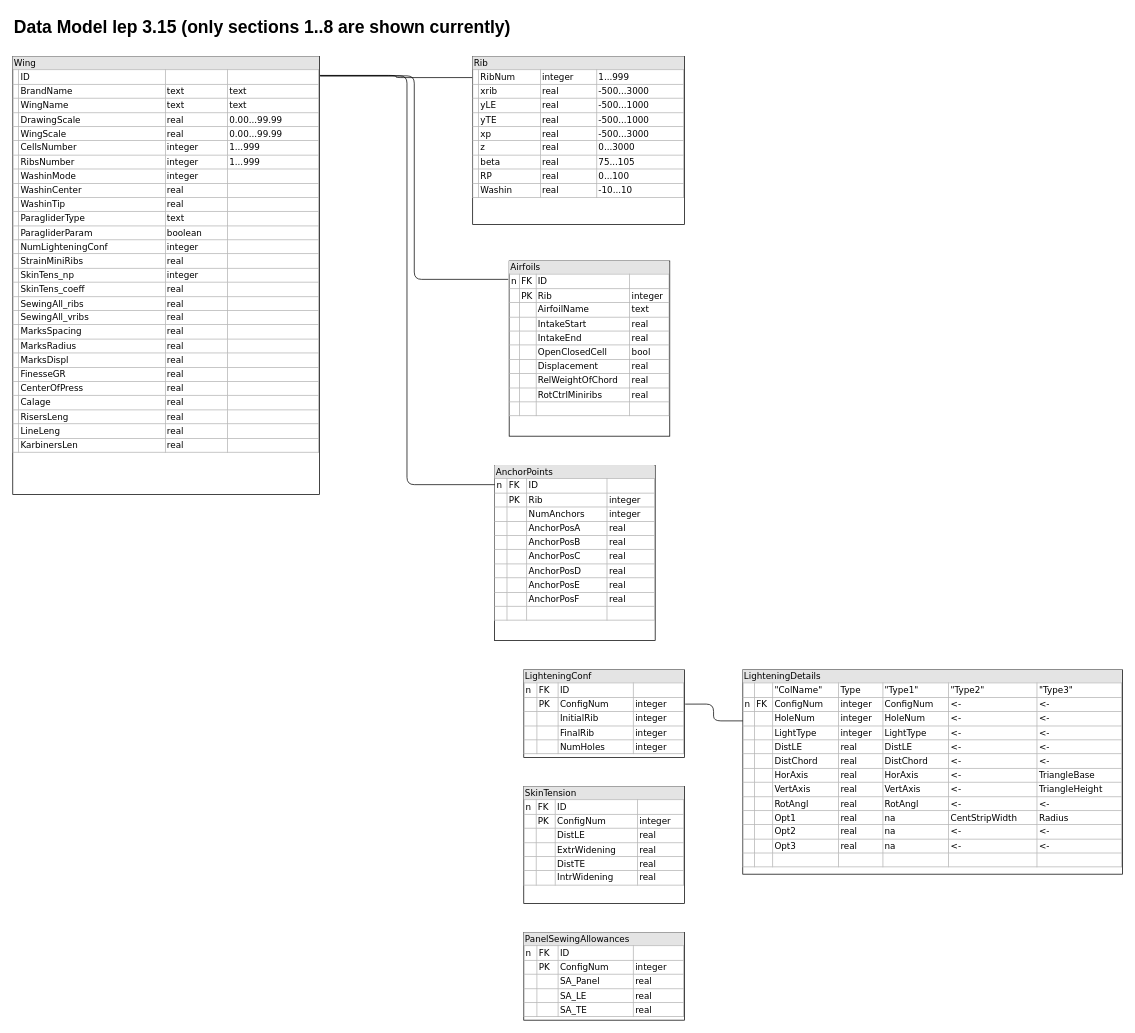
The draw.io diagram develperDoc/internalDatabaseModel.drawio in stefanino-ch/lepg-py, before the edit. Source tidied: cells renumbered, new cells numbered last; positions are measured from the earlier drawing's top-left corner, leaving out a move shared by most shapes. Both pictures are drawn from the tidied source at 73%, with x=0, y=0 at pixel (12, 12).
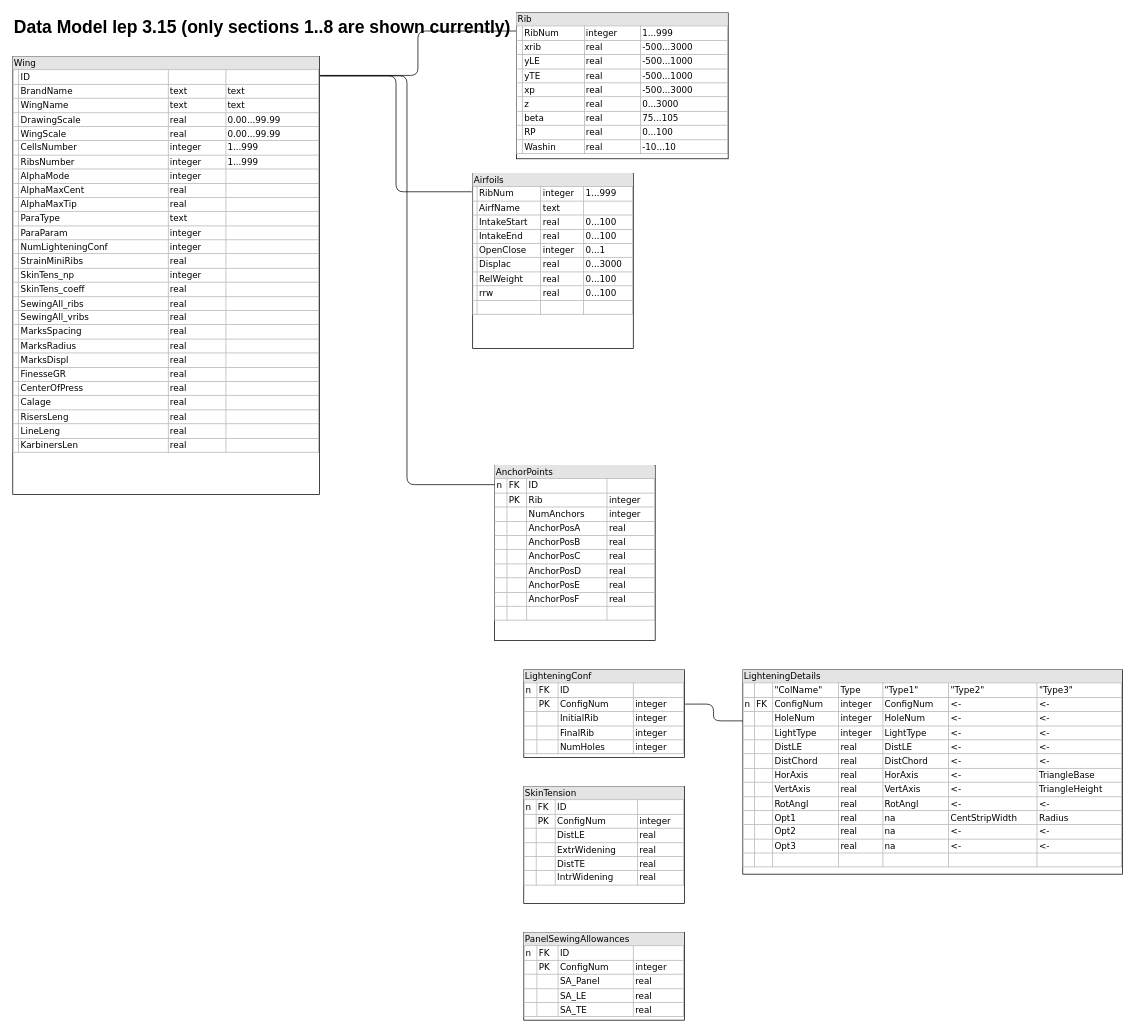
After the change.

Change to the diagram source:
```diff
@@
-    <mxCell id="3" value="&lt;div style=&quot;box-sizing: border-box ; width: 100% ; background: #e4e4e4 ; padding: 2px&quot;&gt;Wing&lt;/div&gt;&lt;table style=&quot;width: 100% ; font-size: 1em ; border: 1px solid rgb(179 , 179 , 179) ; border-collapse: collapse&quot; cellpadding=&quot;2&quot; cellspacing=&quot;0&quot; border=&quot;1&quot;&gt;&lt;tbody&gt;&lt;tr&gt;&lt;td style=&quot;border-collapse: collapse&quot;&gt;&lt;br&gt;&lt;/td&gt;&lt;td&gt;ID&lt;/td&gt;&lt;td&gt;&lt;br&gt;&lt;/td&gt;&lt;td&gt;&lt;br&gt;&lt;/td&gt;&lt;/tr&gt;&lt;tr&gt;&lt;td style=&quot;border-collapse: collapse&quot;&gt;&lt;br&gt;&lt;/td&gt;&lt;td&gt;BrandName&lt;/td&gt;&lt;td&gt;text&lt;/td&gt;&lt;td&gt;text&lt;/td&gt;&lt;/tr&gt;&lt;tr&gt;&lt;td&gt;&lt;br&gt;&lt;/td&gt;&lt;td&gt;WingName&lt;/td&gt;&lt;td&gt;text&lt;/td&gt;&lt;td&gt;text&lt;/td&gt;&lt;/tr&gt;&lt;tr&gt;&lt;td&gt;&lt;br&gt;&lt;/td&gt;&lt;td&gt;DrawingScale&lt;/td&gt;&lt;td&gt;real&lt;/td&gt;&lt;td&gt;0.00...99.99&lt;/td&gt;&lt;/tr&gt;&lt;tr&gt;&lt;td&gt;&lt;br&gt;&lt;/td&gt;&lt;td&gt;WingScale&lt;/td&gt;&lt;td&gt;real&lt;/td&gt;&lt;td&gt;0.00...99.99&lt;/td&gt;&lt;/tr&gt;&lt;tr&gt;&lt;td&gt;&lt;br&gt;&lt;/td&gt;&lt;td&gt;CellsNumber&lt;/td&gt;&lt;td&gt;integer&lt;/td&gt;&lt;td&gt;1...999&lt;/td&gt;&lt;/tr&gt;&lt;tr&gt;&lt;td&gt;&lt;br&gt;&lt;/td&gt;&lt;td&gt;RibsNumber&lt;/td&gt;&lt;td&gt;integer&lt;/td&gt;&lt;td&gt;1...999&lt;/td&gt;&lt;/tr&gt;&lt;tr&gt;&lt;td&gt;&lt;br&gt;&lt;/td&gt;&lt;td&gt;WashinMode&lt;/td&gt;&lt;td&gt;integer&lt;/td&gt;&lt;td&gt;&lt;br&gt;&lt;/td&gt;&lt;/tr&gt;&lt;tr&gt;&lt;td&gt;&lt;br&gt;&lt;/td&gt;&lt;td&gt;WashinCenter&lt;/td&gt;&lt;td&gt;real&lt;/td&gt;&lt;td&gt;&lt;br&gt;&lt;/td&gt;&lt;/tr&gt;&lt;tr&gt;&lt;td&gt;&lt;br&gt;&lt;/td&gt;&lt;td&gt;WashinTip&lt;/td&gt;&lt;td&gt;real&lt;/td&gt;&lt;td&gt;&lt;br&gt;&lt;/td&gt;&lt;/tr&gt;&lt;tr&gt;&lt;td&gt;&lt;br&gt;&lt;/td&gt;&lt;td&gt;ParagliderType&lt;/td&gt;&lt;td&gt;text&lt;/td&gt;&lt;td&gt;&lt;br&gt;&lt;/td&gt;&lt;/tr&gt;&lt;tr&gt;&lt;td&gt;&lt;br&gt;&lt;/td&gt;&lt;td&gt;ParagliderParam&lt;/td&gt;&lt;td&gt;boolean&lt;/td&gt;&lt;td&gt;&lt;br&gt;&lt;/td&gt;&lt;/tr&gt;&lt;tr&gt;&lt;td&gt;&lt;br&gt;&lt;/td&gt;&lt;td&gt;NumLighteningConf&lt;/td&gt;&lt;td&gt;integer&lt;/td&gt;&lt;td&gt;&lt;br&gt;&lt;/td&gt;&lt;/tr&gt;&lt;tr&gt;&lt;td&gt;&lt;br&gt;&lt;/td&gt;&lt;td&gt;StrainMiniRibs&lt;/td&gt;&lt;td&gt;real&lt;/td&gt;&lt;td&gt;&lt;br&gt;&lt;/td&gt;&lt;/tr&gt;&lt;tr&gt;&lt;td&gt;&lt;br&gt;&lt;/td&gt;&lt;td&gt;SkinTens_np&lt;/td&gt;&lt;td&gt;integer&lt;/td&gt;&lt;td&gt;&lt;br&gt;&lt;/td&gt;&lt;/tr&gt;&lt;tr&gt;&lt;td&gt;&lt;br&gt;&lt;/td&gt;&lt;td&gt;SkinTens_coeff&lt;/td&gt;&lt;td&gt;real&lt;/td&gt;&lt;td&gt;&lt;br&gt;&lt;/td&gt;&lt;/tr&gt;&lt;tr&gt;&lt;td&gt;&lt;br&gt;&lt;/td&gt;&lt;td&gt;SewingAll_ribs&lt;/td&gt;&lt;td&gt;real&lt;/td&gt;&lt;td&gt;&lt;br&gt;&lt;/td&gt;&lt;/tr&gt;&lt;tr&gt;&lt;td&gt;&lt;br&gt;&lt;/td&gt;&lt;td&gt;SewingAll_vribs&lt;/td&gt;&lt;td&gt;real&lt;/td&gt;&lt;td&gt;&lt;br&gt;&lt;/td&gt;&lt;/tr&gt;&lt;tr&gt;&lt;td&gt;&lt;br&gt;&lt;/td&gt;&lt;td&gt;MarksSpacing&lt;/td&gt;&lt;td&gt;real&lt;/td&gt;&lt;td&gt;&lt;br&gt;&lt;/td&gt;&lt;/tr&gt;&lt;tr&gt;&lt;td&gt;&lt;br&gt;&lt;/td&gt;&lt;td&gt;MarksRadius&lt;/td&gt;&lt;td&gt;real&lt;/td&gt;&lt;td&gt;&lt;br&gt;&lt;/td&gt;&lt;/tr&gt;&lt;tr&gt;&lt;td&gt;&lt;br&gt;&lt;/td&gt;&lt;td&gt;MarksDispl&lt;/td&gt;&lt;td&gt;real&lt;/td&gt;&lt;td&gt;&lt;br&gt;&lt;/td&gt;&lt;/tr&gt;&lt;tr&gt;&lt;td&gt;&lt;br&gt;&lt;/td&gt;&lt;td&gt;FinesseGR&lt;/td&gt;&lt;td&gt;real&lt;/td&gt;&lt;td&gt;&lt;br&gt;&lt;/td&gt;&lt;/tr&gt;&lt;tr&gt;&lt;td&gt;&lt;br&gt;&lt;/td&gt;&lt;td&gt;CenterOfPress&lt;/td&gt;&lt;td&gt;real&lt;/td&gt;&lt;td&gt;&lt;br&gt;&lt;/td&gt;&lt;/tr&gt;&lt;tr&gt;&lt;td&gt;&lt;br&gt;&lt;/td&gt;&lt;td&gt;Calage&lt;/td&gt;&lt;td&gt;real&lt;/td&gt;&lt;td&gt;&lt;br&gt;&lt;/td&gt;&lt;/tr&gt;&lt;tr&gt;&lt;td&gt;&lt;br&gt;&lt;/td&gt;&lt;td&gt;RisersLeng&lt;/td&gt;&lt;td&gt;real&lt;/td&gt;&lt;td&gt;&lt;br&gt;&lt;/td&gt;&lt;/tr&gt;&lt;tr&gt;&lt;td&gt;&lt;br&gt;&lt;/td&gt;&lt;td&gt;LineLeng&lt;/td&gt;&lt;td&gt;real&lt;/td&gt;&lt;td&gt;&lt;br&gt;&lt;/td&gt;&lt;/tr&gt;&lt;tr&gt;&lt;td&gt;&lt;br&gt;&lt;/td&gt;&lt;td&gt;KarbinersLen&lt;/td&gt;&lt;td&gt;real&lt;/td&gt;&lt;td&gt;&lt;br&gt;&lt;/td&gt;&lt;/tr&gt;&lt;/tbody&gt;&lt;/table&gt;" style="verticalAlign=top;align=left;overflow=fill;html=1;rounded=0;shadow=0;comic=0;labelBackgroundColor=none;strokeWidth=1;fontFamily=Verdana;fontSize=12;" parent="1" vertex="1">
+    <mxCell id="3" value="&lt;div style=&quot;box-sizing: border-box ; width: 100% ; background: #e4e4e4 ; padding: 2px&quot;&gt;Wing&lt;/div&gt;&lt;table style=&quot;width: 100% ; font-size: 1em ; border: 1px solid rgb(179 , 179 , 179) ; border-collapse: collapse&quot; cellpadding=&quot;2&quot; cellspacing=&quot;0&quot; border=&quot;1&quot;&gt;&lt;tbody&gt;&lt;tr&gt;&lt;td style=&quot;border-collapse: collapse&quot;&gt;&lt;br&gt;&lt;/td&gt;&lt;td&gt;ID&lt;/td&gt;&lt;td&gt;&lt;br&gt;&lt;/td&gt;&lt;td&gt;&lt;br&gt;&lt;/td&gt;&lt;/tr&gt;&lt;tr&gt;&lt;td style=&quot;border-collapse: collapse&quot;&gt;&lt;br&gt;&lt;/td&gt;&lt;td&gt;BrandName&lt;/td&gt;&lt;td&gt;text&lt;/td&gt;&lt;td&gt;text&lt;/td&gt;&lt;/tr&gt;&lt;tr&gt;&lt;td&gt;&lt;br&gt;&lt;/td&gt;&lt;td&gt;WingName&lt;/td&gt;&lt;td&gt;text&lt;/td&gt;&lt;td&gt;text&lt;/td&gt;&lt;/tr&gt;&lt;tr&gt;&lt;td&gt;&lt;br&gt;&lt;/td&gt;&lt;td&gt;DrawingScale&lt;/td&gt;&lt;td&gt;real&lt;/td&gt;&lt;td&gt;0.00...99.99&lt;/td&gt;&lt;/tr&gt;&lt;tr&gt;&lt;td&gt;&lt;br&gt;&lt;/td&gt;&lt;td&gt;WingScale&lt;/td&gt;&lt;td&gt;real&lt;/td&gt;&lt;td&gt;0.00...99.99&lt;/td&gt;&lt;/tr&gt;&lt;tr&gt;&lt;td&gt;&lt;br&gt;&lt;/td&gt;&lt;td&gt;CellsNumber&lt;/td&gt;&lt;td&gt;integer&lt;/td&gt;&lt;td&gt;1...999&lt;/td&gt;&lt;/tr&gt;&lt;tr&gt;&lt;td&gt;&lt;br&gt;&lt;/td&gt;&lt;td&gt;RibsNumber&lt;/td&gt;&lt;td&gt;integer&lt;/td&gt;&lt;td&gt;1...999&lt;/td&gt;&lt;/tr&gt;&lt;tr&gt;&lt;td&gt;&lt;br&gt;&lt;/td&gt;&lt;td&gt;AlphaMode&lt;/td&gt;&lt;td&gt;integer&lt;/td&gt;&lt;td&gt;&lt;br&gt;&lt;/td&gt;&lt;/tr&gt;&lt;tr&gt;&lt;td&gt;&lt;br&gt;&lt;/td&gt;&lt;td&gt;AlphaMaxCent&lt;/td&gt;&lt;td&gt;real&lt;/td&gt;&lt;td&gt;&lt;br&gt;&lt;/td&gt;&lt;/tr&gt;&lt;tr&gt;&lt;td&gt;&lt;br&gt;&lt;/td&gt;&lt;td&gt;AlphaMaxTip&lt;/td&gt;&lt;td&gt;real&lt;/td&gt;&lt;td&gt;&lt;br&gt;&lt;/td&gt;&lt;/tr&gt;&lt;tr&gt;&lt;td&gt;&lt;br&gt;&lt;/td&gt;&lt;td&gt;ParaType&lt;/td&gt;&lt;td&gt;text&lt;/td&gt;&lt;td&gt;&lt;br&gt;&lt;/td&gt;&lt;/tr&gt;&lt;tr&gt;&lt;td&gt;&lt;br&gt;&lt;/td&gt;&lt;td&gt;ParaParam&lt;/td&gt;&lt;td&gt;integer&lt;/td&gt;&lt;td&gt;&lt;br&gt;&lt;/td&gt;&lt;/tr&gt;&lt;tr&gt;&lt;td&gt;&lt;br&gt;&lt;/td&gt;&lt;td&gt;NumLighteningConf&lt;/td&gt;&lt;td&gt;integer&lt;/td&gt;&lt;td&gt;&lt;br&gt;&lt;/td&gt;&lt;/tr&gt;&lt;tr&gt;&lt;td&gt;&lt;br&gt;&lt;/td&gt;&lt;td&gt;StrainMiniRibs&lt;/td&gt;&lt;td&gt;real&lt;/td&gt;&lt;td&gt;&lt;br&gt;&lt;/td&gt;&lt;/tr&gt;&lt;tr&gt;&lt;td&gt;&lt;br&gt;&lt;/td&gt;&lt;td&gt;SkinTens_np&lt;/td&gt;&lt;td&gt;integer&lt;/td&gt;&lt;td&gt;&lt;br&gt;&lt;/td&gt;&lt;/tr&gt;&lt;tr&gt;&lt;td&gt;&lt;br&gt;&lt;/td&gt;&lt;td&gt;SkinTens_coeff&lt;/td&gt;&lt;td&gt;real&lt;/td&gt;&lt;td&gt;&lt;br&gt;&lt;/td&gt;&lt;/tr&gt;&lt;tr&gt;&lt;td&gt;&lt;br&gt;&lt;/td&gt;&lt;td&gt;SewingAll_ribs&lt;/td&gt;&lt;td&gt;real&lt;/td&gt;&lt;td&gt;&lt;br&gt;&lt;/td&gt;&lt;/tr&gt;&lt;tr&gt;&lt;td&gt;&lt;br&gt;&lt;/td&gt;&lt;td&gt;SewingAll_vribs&lt;/td&gt;&lt;td&gt;real&lt;/td&gt;&lt;td&gt;&lt;br&gt;&lt;/td&gt;&lt;/tr&gt;&lt;tr&gt;&lt;td&gt;&lt;br&gt;&lt;/td&gt;&lt;td&gt;MarksSpacing&lt;/td&gt;&lt;td&gt;real&lt;/td&gt;&lt;td&gt;&lt;br&gt;&lt;/td&gt;&lt;/tr&gt;&lt;tr&gt;&lt;td&gt;&lt;br&gt;&lt;/td&gt;&lt;td&gt;MarksRadius&lt;/td&gt;&lt;td&gt;real&lt;/td&gt;&lt;td&gt;&lt;br&gt;&lt;/td&gt;&lt;/tr&gt;&lt;tr&gt;&lt;td&gt;&lt;br&gt;&lt;/td&gt;&lt;td&gt;MarksDispl&lt;/td&gt;&lt;td&gt;real&lt;/td&gt;&lt;td&gt;&lt;br&gt;&lt;/td&gt;&lt;/tr&gt;&lt;tr&gt;&lt;td&gt;&lt;br&gt;&lt;/td&gt;&lt;td&gt;FinesseGR&lt;/td&gt;&lt;td&gt;real&lt;/td&gt;&lt;td&gt;&lt;br&gt;&lt;/td&gt;&lt;/tr&gt;&lt;tr&gt;&lt;td&gt;&lt;br&gt;&lt;/td&gt;&lt;td&gt;CenterOfPress&lt;/td&gt;&lt;td&gt;real&lt;/td&gt;&lt;td&gt;&lt;br&gt;&lt;/td&gt;&lt;/tr&gt;&lt;tr&gt;&lt;td&gt;&lt;br&gt;&lt;/td&gt;&lt;td&gt;Calage&lt;/td&gt;&lt;td&gt;real&lt;/td&gt;&lt;td&gt;&lt;br&gt;&lt;/td&gt;&lt;/tr&gt;&lt;tr&gt;&lt;td&gt;&lt;br&gt;&lt;/td&gt;&lt;td&gt;RisersLeng&lt;/td&gt;&lt;td&gt;real&lt;/td&gt;&lt;td&gt;&lt;br&gt;&lt;/td&gt;&lt;/tr&gt;&lt;tr&gt;&lt;td&gt;&lt;br&gt;&lt;/td&gt;&lt;td&gt;LineLeng&lt;/td&gt;&lt;td&gt;real&lt;/td&gt;&lt;td&gt;&lt;br&gt;&lt;/td&gt;&lt;/tr&gt;&lt;tr&gt;&lt;td&gt;&lt;br&gt;&lt;/td&gt;&lt;td&gt;KarbinersLen&lt;/td&gt;&lt;td&gt;real&lt;/td&gt;&lt;td&gt;&lt;br&gt;&lt;/td&gt;&lt;/tr&gt;&lt;/tbody&gt;&lt;/table&gt;" style="verticalAlign=top;align=left;overflow=fill;html=1;rounded=0;shadow=0;comic=0;labelBackgroundColor=none;strokeWidth=1;fontFamily=Verdana;fontSize=12;" parent="1" vertex="1">
       <mxGeometry y="60" width="420" height="600" as="geometry" />
     </mxCell>
     <mxCell id="4" value="&lt;div style=&quot;box-sizing: border-box ; width: 100% ; background: #e4e4e4 ; padding: 2px&quot;&gt;Rib&lt;/div&gt;&lt;table style=&quot;width: 100% ; font-size: 1em ; border: 1px solid rgb(179 , 179 , 179) ; border-collapse: collapse&quot; cellpadding=&quot;2&quot; cellspacing=&quot;0&quot; border=&quot;1&quot;&gt;&lt;tbody&gt;&lt;tr&gt;&lt;td&gt;&lt;br&gt;&lt;/td&gt;&lt;td&gt;RibNum&lt;/td&gt;&lt;td&gt;integer&lt;/td&gt;&lt;td&gt;1...999&lt;/td&gt;&lt;/tr&gt;&lt;tr&gt;&lt;td&gt;&lt;/td&gt;&lt;td&gt;xrib&lt;/td&gt;&lt;td&gt;real&lt;/td&gt;&lt;td&gt;-500...3000&lt;/td&gt;&lt;/tr&gt;&lt;tr&gt;&lt;td&gt;&lt;br&gt;&lt;/td&gt;&lt;td&gt;yLE&lt;/td&gt;&lt;td&gt;real&lt;/td&gt;&lt;td&gt;-500...1000&lt;/td&gt;&lt;/tr&gt;&lt;tr&gt;&lt;td&gt;&lt;br&gt;&lt;/td&gt;&lt;td&gt;yTE&lt;/td&gt;&lt;td&gt;real&lt;/td&gt;&lt;td&gt;-500...1000&lt;/td&gt;&lt;/tr&gt;&lt;tr&gt;&lt;td&gt;&lt;br&gt;&lt;/td&gt;&lt;td&gt;xp&lt;/td&gt;&lt;td&gt;real&lt;/td&gt;&lt;td&gt;-500...3000&lt;/td&gt;&lt;/tr&gt;&lt;tr&gt;&lt;td&gt;&lt;br&gt;&lt;/td&gt;&lt;td&gt;z&lt;/td&gt;&lt;td&gt;real&lt;/td&gt;&lt;td&gt;0...3000&lt;/td&gt;&lt;/tr&gt;&lt;tr&gt;&lt;td&gt;&lt;br&gt;&lt;/td&gt;&lt;td&gt;beta&lt;/td&gt;&lt;td&gt;real&lt;/td&gt;&lt;td&gt;75...105&lt;/td&gt;&lt;/tr&gt;&lt;tr&gt;&lt;td&gt;&lt;br&gt;&lt;/td&gt;&lt;td&gt;RP&lt;/td&gt;&lt;td&gt;real&lt;/td&gt;&lt;td&gt;0...100&lt;/td&gt;&lt;/tr&gt;&lt;tr&gt;&lt;td&gt;&lt;br&gt;&lt;/td&gt;&lt;td&gt;Washin&lt;/td&gt;&lt;td&gt;real&lt;/td&gt;&lt;td&gt;-10...10&lt;/td&gt;&lt;/tr&gt;&lt;/tbody&gt;&lt;/table&gt;" style="verticalAlign=top;align=left;overflow=fill;html=1;rounded=0;shadow=0;comic=0;labelBackgroundColor=none;strokeWidth=1;fontFamily=Verdana;fontSize=12;" parent="1" vertex="1">
-      <mxGeometry x="630" y="60" width="290" height="230" as="geometry" />
+      <mxGeometry x="690" width="290" height="200" as="geometry" />
     </mxCell>
-    <mxCell id="5" value="&lt;div style=&quot;box-sizing: border-box ; width: 100% ; background: #e4e4e4 ; padding: 2px&quot;&gt;Airfoils&lt;/div&gt;&lt;table style=&quot;width: 100% ; font-size: 1em ; border: 1px solid rgb(179 , 179 , 179) ; border-collapse: collapse&quot; cellpadding=&quot;2&quot; cellspacing=&quot;0&quot; border=&quot;1&quot;&gt;&lt;tbody&gt;&lt;tr&gt;&lt;td&gt;n&lt;/td&gt;&lt;td style=&quot;border-collapse: collapse&quot;&gt;FK&lt;/td&gt;&lt;td&gt;ID&lt;/td&gt;&lt;td&gt;&lt;/td&gt;&lt;/tr&gt;&lt;tr&gt;&lt;td&gt;&lt;br&gt;&lt;/td&gt;&lt;td&gt;PK&lt;/td&gt;&lt;td&gt;Rib&lt;/td&gt;&lt;td&gt;integer&lt;/td&gt;&lt;/tr&gt;&lt;tr&gt;&lt;td&gt;&lt;br&gt;&lt;/td&gt;&lt;td&gt;&lt;/td&gt;&lt;td&gt;AirfoilName&lt;/td&gt;&lt;td&gt;text&lt;/td&gt;&lt;/tr&gt;&lt;tr&gt;&lt;td&gt;&lt;br&gt;&lt;/td&gt;&lt;td&gt;&lt;br&gt;&lt;/td&gt;&lt;td&gt;IntakeStart&lt;/td&gt;&lt;td&gt;real&lt;/td&gt;&lt;/tr&gt;&lt;tr&gt;&lt;td&gt;&lt;br&gt;&lt;/td&gt;&lt;td&gt;&lt;br&gt;&lt;/td&gt;&lt;td&gt;IntakeEnd&lt;/td&gt;&lt;td&gt;real&lt;/td&gt;&lt;/tr&gt;&lt;tr&gt;&lt;td&gt;&lt;br&gt;&lt;/td&gt;&lt;td&gt;&lt;br&gt;&lt;/td&gt;&lt;td&gt;OpenClosedCell&lt;/td&gt;&lt;td&gt;bool&lt;/td&gt;&lt;/tr&gt;&lt;tr&gt;&lt;td&gt;&lt;br&gt;&lt;/td&gt;&lt;td&gt;&lt;br&gt;&lt;/td&gt;&lt;td&gt;Displacement&lt;/td&gt;&lt;td&gt;real&lt;/td&gt;&lt;/tr&gt;&lt;tr&gt;&lt;td&gt;&lt;br&gt;&lt;/td&gt;&lt;td&gt;&lt;br&gt;&lt;/td&gt;&lt;td&gt;RelWeightOfChord&lt;/td&gt;&lt;td&gt;real&lt;/td&gt;&lt;/tr&gt;&lt;tr&gt;&lt;td&gt;&lt;br&gt;&lt;/td&gt;&lt;td&gt;&lt;br&gt;&lt;/td&gt;&lt;td&gt;RotCtrlMiniribs&lt;/td&gt;&lt;td&gt;real&lt;/td&gt;&lt;/tr&gt;&lt;tr&gt;&lt;td&gt;&lt;br&gt;&lt;/td&gt;&lt;td&gt;&lt;br&gt;&lt;/td&gt;&lt;td&gt;&lt;br&gt;&lt;/td&gt;&lt;td&gt;&lt;br&gt;&lt;/td&gt;&lt;/tr&gt;&lt;/tbody&gt;&lt;/table&gt;" style="verticalAlign=top;align=left;overflow=fill;html=1;rounded=0;shadow=0;comic=0;labelBackgroundColor=none;strokeWidth=1;fontFamily=Verdana;fontSize=12;" parent="1" vertex="1">
-      <mxGeometry x="680" y="340" width="220" height="240" as="geometry" />
+    <mxCell id="5" value="&lt;div style=&quot;box-sizing: border-box ; width: 100% ; background: #e4e4e4 ; padding: 2px&quot;&gt;Airfoils&lt;/div&gt;&lt;table style=&quot;width: 100% ; font-size: 1em ; border: 1px solid rgb(179 , 179 , 179) ; border-collapse: collapse&quot; cellpadding=&quot;2&quot; cellspacing=&quot;0&quot; border=&quot;1&quot;&gt;&lt;tbody&gt;&lt;tr&gt;&lt;td&gt;&lt;br&gt;&lt;/td&gt;&lt;td&gt;RibNum&lt;/td&gt;&lt;td&gt;integer&lt;/td&gt;&lt;td&gt;1...999&lt;/td&gt;&lt;/tr&gt;&lt;tr&gt;&lt;td&gt;&lt;br&gt;&lt;/td&gt;&lt;td&gt;AirfName&lt;/td&gt;&lt;td&gt;text&lt;/td&gt;&lt;td&gt;&lt;br&gt;&lt;/td&gt;&lt;/tr&gt;&lt;tr&gt;&lt;td&gt;&lt;br&gt;&lt;/td&gt;&lt;td&gt;IntakeStart&lt;/td&gt;&lt;td&gt;real&lt;/td&gt;&lt;td&gt;0...100&lt;/td&gt;&lt;/tr&gt;&lt;tr&gt;&lt;td&gt;&lt;br&gt;&lt;/td&gt;&lt;td&gt;IntakeEnd&lt;/td&gt;&lt;td&gt;real&lt;/td&gt;&lt;td&gt;0...100&lt;/td&gt;&lt;/tr&gt;&lt;tr&gt;&lt;td&gt;&lt;br&gt;&lt;/td&gt;&lt;td&gt;OpenClose&lt;/td&gt;&lt;td&gt;integer&lt;/td&gt;&lt;td&gt;0...1&lt;/td&gt;&lt;/tr&gt;&lt;tr&gt;&lt;td&gt;&lt;br&gt;&lt;/td&gt;&lt;td&gt;Displac&lt;/td&gt;&lt;td&gt;real&lt;/td&gt;&lt;td&gt;0...3000&lt;/td&gt;&lt;/tr&gt;&lt;tr&gt;&lt;td&gt;&lt;br&gt;&lt;/td&gt;&lt;td&gt;RelWeight&lt;/td&gt;&lt;td&gt;real&lt;/td&gt;&lt;td&gt;0...100&lt;/td&gt;&lt;/tr&gt;&lt;tr&gt;&lt;td&gt;&lt;br&gt;&lt;/td&gt;&lt;td&gt;rrw&lt;/td&gt;&lt;td&gt;real&lt;/td&gt;&lt;td&gt;0...100&lt;/td&gt;&lt;/tr&gt;&lt;tr&gt;&lt;td&gt;&lt;br&gt;&lt;/td&gt;&lt;td&gt;&lt;br&gt;&lt;/td&gt;&lt;td&gt;&lt;br&gt;&lt;/td&gt;&lt;td&gt;&lt;br&gt;&lt;/td&gt;&lt;/tr&gt;&lt;/tbody&gt;&lt;/table&gt;" style="verticalAlign=top;align=left;overflow=fill;html=1;rounded=0;shadow=0;comic=0;labelBackgroundColor=none;strokeWidth=1;fontFamily=Verdana;fontSize=12;" parent="1" vertex="1">
+      <mxGeometry x="630" y="220" width="220" height="240" as="geometry" />
     </mxCell>
```
